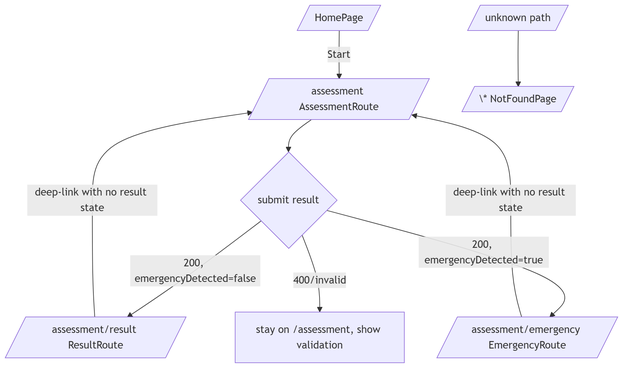
The Mermaid diagram docs/mdd/iteration4/routing_flow.png in Disease-Prediction-ASET26/disease-prediction-docs, before a commit. Its source is kept beside it as docs/mdd/iteration4/routing_flow.mmd.
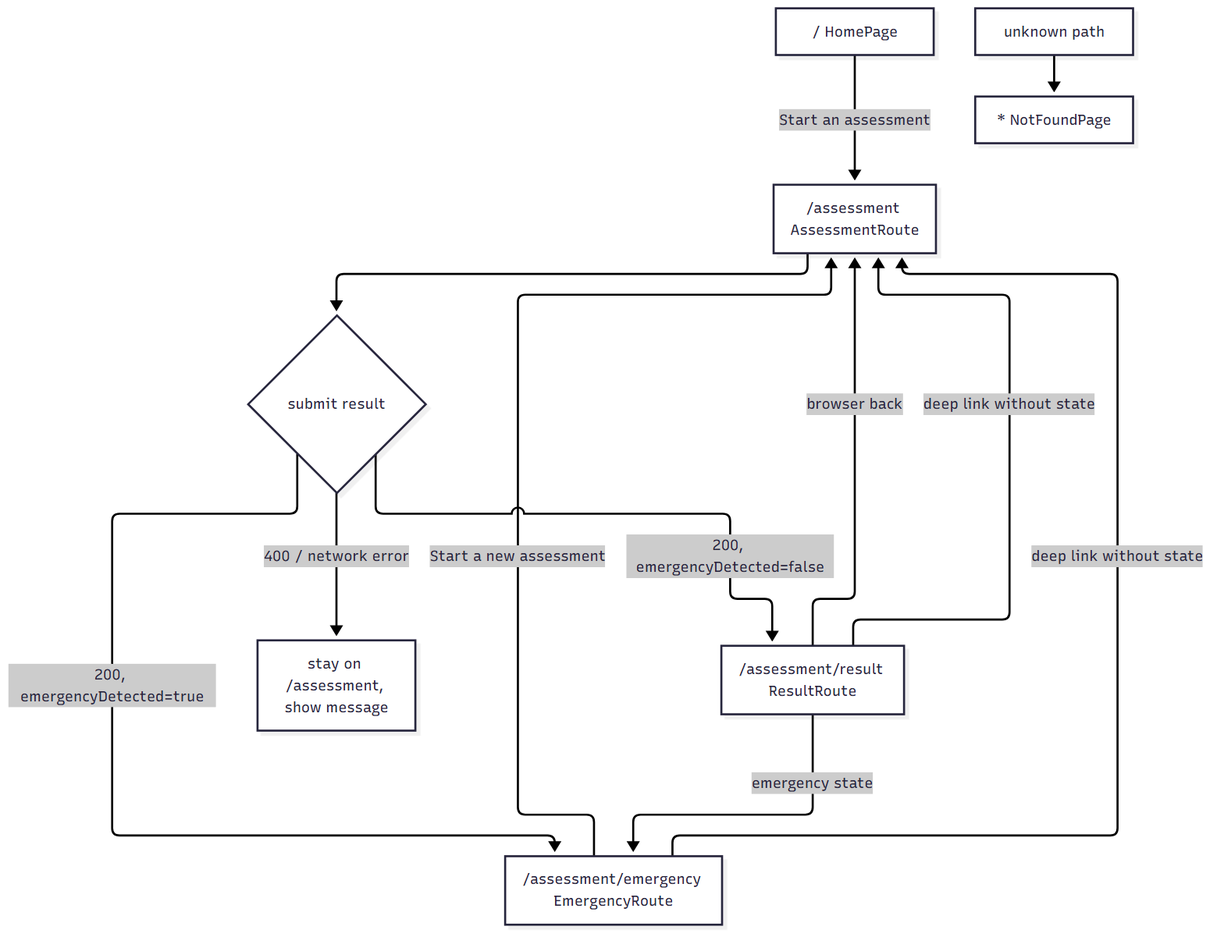
The same diagram one commit later.

Diff of the diagram source:
```diff
@@ -1,9 +1,12 @@
 flowchart TD
-    H[/ HomePage/] -->|Start| A[/assessment AssessmentRoute/]
+    H["/ HomePage"] -->|Start an assessment| A["/assessment AssessmentRoute"]
     A --> S{submit result}
-    S -->|200, emergencyDetected=false| R[/assessment/result ResultRoute/]
-    S -->|200, emergencyDetected=true| E[/assessment/emergency EmergencyRoute/]
-    S -->|400/invalid| A2[stay on /assessment, show validation]
-    R -->|deep-link with no result state| A
-    E -->|deep-link with no result state| A
-    X[/unknown path/] --> NF[/\* NotFoundPage/]
+    S -->|200, emergencyDetected=false| R["/assessment/result ResultRoute"]
+    S -->|200, emergencyDetected=true| E["/assessment/emergency EmergencyRoute"]
+    S -->|400 / network error| A2[stay on /assessment, show message]
+    R -->|emergency state| E
+    E -->|Start a new assessment| A
+    R -->|browser back| A
+    R -->|deep link without state| A
+    E -->|deep link without state| A
+    X[unknown path] --> NF["* NotFoundPage"]
```
